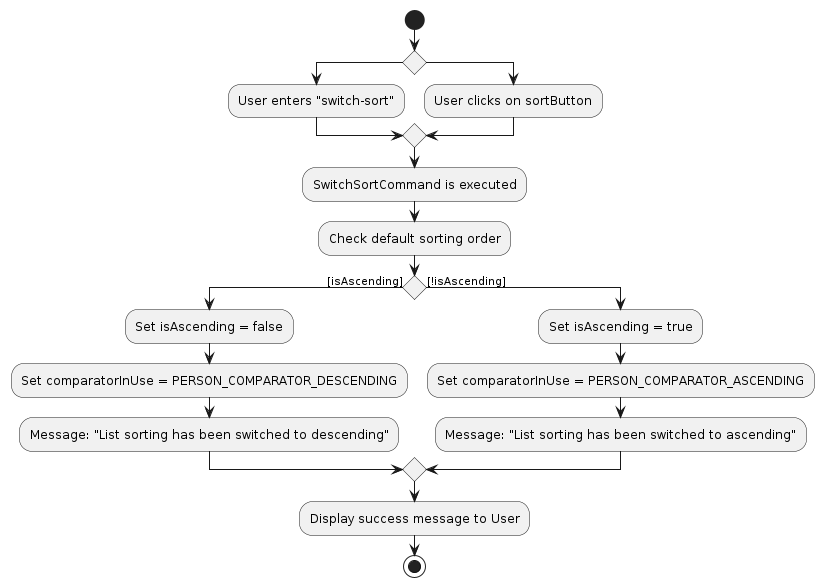
This is diagrams/SwitchSortActivityDiagram.png from AY2425S2-CS2103-F15-3/tp, a PlantUML export, as it was before one commit. Its source is kept beside it as diagrams/SwitchSortActivityDiagram.puml. Its diagram source:
```plantuml
@startuml
start

if ()
    :User enters "switch-sort";
else ()
    :User clicks on sortButton;
endif

:SwitchSortCommand is executed;
:Check default sorting order;

if () then ([isAscending])
    :Set isAscending = false;
    :Set comparatorInUse = PERSON_COMPARATOR_DESCENDING;
    :Message: "List sorting has been switched to descending";
else ([!isAscending])
    :Set isAscending = true;
    :Set comparatorInUse = PERSON_COMPARATOR_ASCENDING;
    :Message: "List sorting has been switched to ascending";
endif

:Display success message to User;
stop
@enduml
```
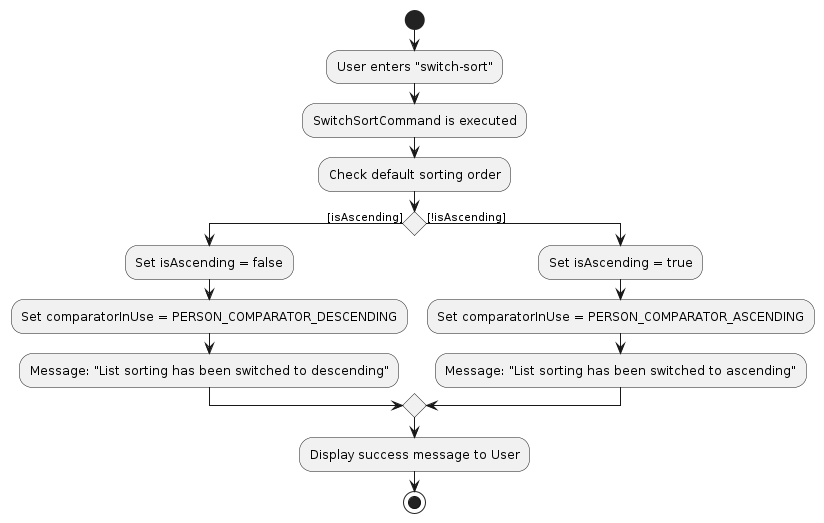
After the change.

Change to the diagram source:
```diff
@@ -1,12 +1,7 @@
 @startuml
 start
 
-if ()
-    :User enters "switch-sort";
-else ()
-    :User clicks on sortButton;
-endif
-
+:User enters "switch-sort";
 :SwitchSortCommand is executed;
 :Check default sorting order;
 
```
